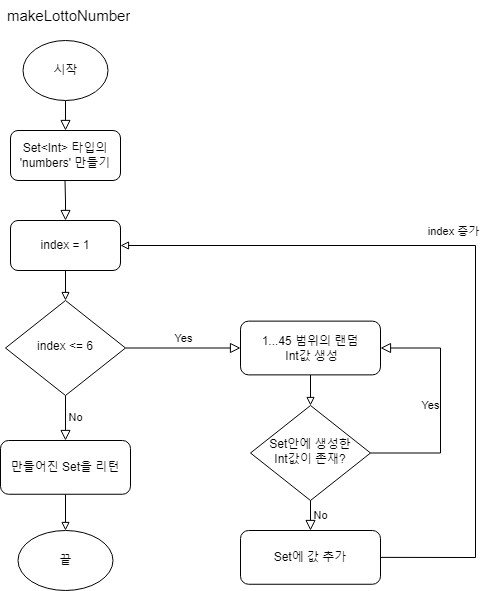
yagom-academy/swift-starter-Round2 keeps this draw.io diagram as Step1.drawio.png. Above is the earlier version. Source tidied: cells renumbered, new cells last; positions are measured from the earlier drawing's top-left corner, leaving out a move shared by most shapes.
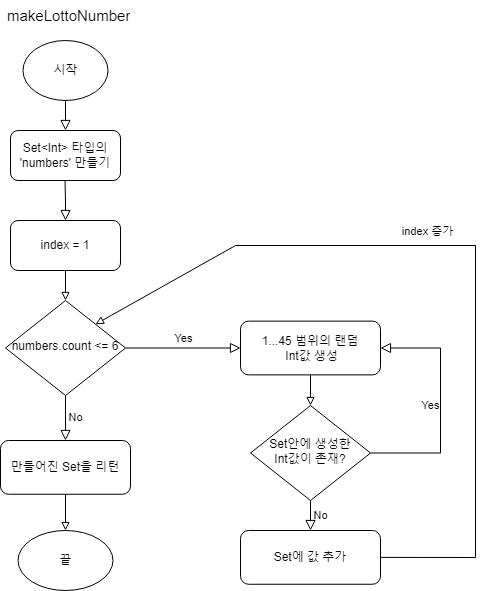
The same file after the commit.

The edit, as a diff of the source:
```diff
@@ -14,7 +14,7 @@
     <mxCell id="4" value="Yes" style="edgeStyle=orthogonalEdgeStyle;rounded=0;html=1;jettySize=auto;fontSize=11;endArrow=block;endFill=0;endSize=8;strokeWidth=1;shadow=0;labelBackgroundColor=none;exitX=1;exitY=0.5;exitDx=0;exitDy=0;entryX=0;entryY=0.5;entryDx=0;entryDy=0;" parent="1" edge="1" source="5" target="7">
       <mxGeometry y="10" relative="1" as="geometry" />
     </mxCell>
-    <mxCell id="5" value="index &amp;lt;= 6" style="rhombus;whiteSpace=wrap;html=1;shadow=0;fontFamily=Helvetica;fontSize=12;align=center;strokeWidth=1;spacing=6;spacingTop=-4;" parent="1" vertex="1">
+    <mxCell id="5" value="numbers.count &amp;lt;= 6" style="rhombus;whiteSpace=wrap;html=1;shadow=0;fontFamily=Helvetica;fontSize=12;align=center;strokeWidth=1;spacing=6;spacingTop=-4;" parent="1" vertex="1">
       <mxGeometry x="5" y="300" width="120" height="95" as="geometry" />
     </mxCell>
     <mxCell id="6" style="edgeStyle=orthogonalEdgeStyle;rounded=0;jettySize=auto;html=1;endArrow=block;endFill=0;" parent="1" edge="1" source="7" target="15">
@@ -32,11 +32,12 @@
     <mxCell id="10" value="&lt;span style=&quot;font-size: 15px;&quot;&gt;makeLottoNumber&lt;/span&gt;" style="text;strokeColor=none;fillColor=none;align=left;verticalAlign=middle;spacingLeft=4;spacingRight=4;overflow=hidden;whiteSpace=wrap;html=1;" parent="1" vertex="1">
       <mxGeometry x="1.2" width="147.5" height="30" as="geometry" />
     </mxCell>
-    <mxCell id="11" style="endArrow=block;rounded=0;endFill=0;entryX=1;entryY=0.5;entryDx=0;entryDy=0;html=1;exitX=1;exitY=0.5;exitDx=0;exitDy=0;" parent="1" edge="1" source="18" target="22">
+    <mxCell id="11" style="endArrow=block;rounded=0;endFill=0;entryX=1;entryY=0;entryDx=0;entryDy=0;html=1;exitX=1;exitY=0.5;exitDx=0;exitDy=0;" parent="1" edge="1" source="18" target="5">
       <mxGeometry relative="1" as="geometry">
         <Array as="points">
           <mxPoint x="475" y="557" />
           <mxPoint x="475" y="245" />
+          <mxPoint x="235" y="245" />
         </Array>
       </mxGeometry>
     </mxCell>
```
